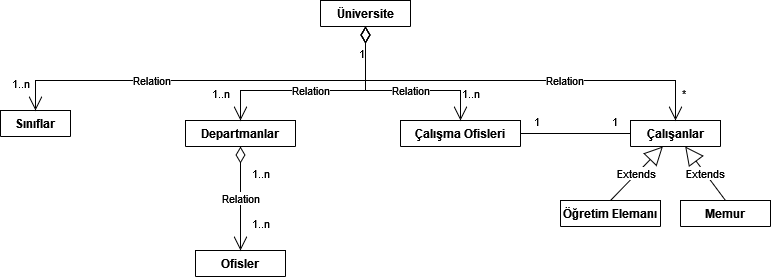
Above: BaslangicSeviye/Üniversite Yönetim Sistemi UML.drawio.png in HasanAlisan/Java_patika.dev (draw.io), before the change. Source tidied: cells renumbered, new cells last; positions are measured from the earlier drawing's top-left corner, leaving out a move shared by most shapes. The source it was exported from:
```xml
<mxGraphModel>
  <root>
    <mxCell id="0" />
    <mxCell id="1" parent="0" />
    <mxCell id="2" value="Üniversite" style="swimlane;fontStyle=1;align=center;verticalAlign=top;horizontal=1;startSize=26;" parent="1" vertex="1" collapsed="1">
      <mxGeometry x="320" width="90" height="26" as="geometry" />
    </mxCell>
    <mxCell id="3" value="Sınıflar" style="swimlane;fontStyle=1;align=center;verticalAlign=top;horizontal=1;startSize=26;" parent="1" vertex="1" collapsed="1">
      <mxGeometry y="110" width="70" height="26" as="geometry" />
    </mxCell>
    <mxCell id="4" value="Çalışma Ofisleri" style="swimlane;fontStyle=1;align=center;verticalAlign=top;horizontal=1;startSize=26;" parent="1" vertex="1" collapsed="1">
      <mxGeometry x="400" y="120" width="120" height="26" as="geometry" />
    </mxCell>
    <mxCell id="5" value="Departmanlar" style="swimlane;fontStyle=1;align=center;verticalAlign=top;horizontal=1;startSize=26;" parent="1" vertex="1" collapsed="1">
      <mxGeometry x="185" y="120" width="110" height="26" as="geometry" />
    </mxCell>
    <mxCell id="6" value="Çalışanlar" style="swimlane;fontStyle=1;align=center;verticalAlign=top;horizontal=1;startSize=26;" parent="1" vertex="1" collapsed="1">
      <mxGeometry x="630" y="120" width="90" height="26" as="geometry" />
    </mxCell>
    <mxCell id="7" value="Memur" style="swimlane;fontStyle=1;align=center;verticalAlign=top;horizontal=1;startSize=26;" parent="1" vertex="1" collapsed="1">
      <mxGeometry x="680" y="200" width="90" height="26" as="geometry" />
    </mxCell>
    <mxCell id="8" value="Öğretim Elemanı" style="swimlane;fontStyle=1;align=center;verticalAlign=top;horizontal=1;startSize=26;" parent="1" vertex="1" collapsed="1">
      <mxGeometry x="560" y="200" width="100" height="26" as="geometry" />
    </mxCell>
    <mxCell id="9" value="Ofisler" style="swimlane;fontStyle=1;align=center;verticalAlign=top;horizontal=1;startSize=26;" parent="1" vertex="1" collapsed="1">
      <mxGeometry x="195" y="250" width="90" height="26" as="geometry" />
    </mxCell>
    <mxCell id="10" value="Extends" style="endArrow=block;endSize=16;endFill=0;html=1;rounded=0;exitX=0.5;exitY=0;exitDx=0;exitDy=0;" parent="1" edge="1" source="8" target="6">
      <mxGeometry relative="1" as="geometry" />
    </mxCell>
    <mxCell id="11" value="Extends" style="endArrow=block;endSize=16;endFill=0;html=1;rounded=0;exitX=0.5;exitY=0;exitDx=0;exitDy=0;" parent="1" edge="1" source="7" target="6">
      <mxGeometry relative="1" as="geometry" />
    </mxCell>
    <mxCell id="12" value="Relation" style="endArrow=open;html=1;endSize=12;startArrow=diamondThin;startSize=14;startFill=0;edgeStyle=orthogonalEdgeStyle;rounded=0;entryX=0.5;entryY=0;entryDx=0;entryDy=0;exitX=0.5;exitY=1;exitDx=0;exitDy=0;" parent="1" edge="1" source="2" target="6">
      <mxGeometry x="0.25" relative="1" as="geometry">
        <Array as="points">
          <mxPoint x="365" y="80" />
          <mxPoint x="675" y="80" />
        </Array>
      </mxGeometry>
    </mxCell>
    <mxCell id="13" value="*" style="edgeLabel;html=1;align=left;verticalAlign=top;" parent="12" vertex="1">
      <mxGeometry x="-1" relative="1" as="geometry">
        <mxPoint x="315" y="54" as="offset" />
      </mxGeometry>
    </mxCell>
    <mxCell id="14" value="Relation" style="endArrow=open;html=1;endSize=12;startArrow=diamondThin;startSize=14;startFill=0;edgeStyle=orthogonalEdgeStyle;rounded=0;exitX=0.5;exitY=1;exitDx=0;exitDy=0;" parent="1" edge="1" source="2" target="3">
      <mxGeometry x="0.3" relative="1" as="geometry">
        <Array as="points">
          <mxPoint x="365" y="50" />
          <mxPoint x="365" y="50" />
          <mxPoint x="365" y="80" />
          <mxPoint x="35" y="80" />
        </Array>
      </mxGeometry>
    </mxCell>
    <mxCell id="15" value="1..n" style="edgeLabel;html=1;align=left;verticalAlign=top;" parent="1" vertex="1">
      <mxGeometry x="10" y="70" as="geometry" />
    </mxCell>
    <mxCell id="16" value="Relation" style="endArrow=open;html=1;endSize=12;startArrow=diamondThin;startSize=14;startFill=0;edgeStyle=orthogonalEdgeStyle;rounded=0;entryX=0.5;entryY=0;entryDx=0;entryDy=0;" parent="1" edge="1" source="2" target="5">
      <mxGeometry x="0.09" relative="1" as="geometry">
        <Array as="points">
          <mxPoint x="365" y="90" />
          <mxPoint x="240" y="90" />
        </Array>
      </mxGeometry>
    </mxCell>
    <mxCell id="17" value="Relation" style="endArrow=open;html=1;endSize=12;startArrow=diamondThin;startSize=14;startFill=0;edgeStyle=orthogonalEdgeStyle;rounded=0;exitX=0.5;exitY=1;exitDx=0;exitDy=0;entryX=0.5;entryY=0;entryDx=0;entryDy=0;" parent="1" edge="1" source="2" target="4">
      <mxGeometry x="0.15" relative="1" as="geometry">
        <Array as="points">
          <mxPoint x="365" y="90" />
          <mxPoint x="460" y="90" />
        </Array>
      </mxGeometry>
    </mxCell>
    <mxCell id="18" value="1" style="edgeLabel;html=1;align=right;verticalAlign=top;" parent="17" vertex="1">
      <mxGeometry x="1" relative="1" as="geometry">
        <mxPoint x="-95" y="-80" as="offset" />
      </mxGeometry>
    </mxCell>
    <mxCell id="19" value="1..n" style="edgeLabel;html=1;align=left;verticalAlign=top;" parent="1" vertex="1">
      <mxGeometry x="210" y="80" as="geometry" />
    </mxCell>
    <mxCell id="20" value="1..n" style="edgeLabel;html=1;align=left;verticalAlign=top;" parent="1" vertex="1">
      <mxGeometry x="460" y="80" as="geometry" />
    </mxCell>
    <mxCell id="21" value="Relation" style="endArrow=open;html=1;endSize=12;startArrow=diamondThin;startSize=14;startFill=0;edgeStyle=orthogonalEdgeStyle;rounded=0;exitX=0.5;exitY=1;exitDx=0;exitDy=0;entryX=0.5;entryY=0;entryDx=0;entryDy=0;" parent="1" edge="1" source="5" target="9">
      <mxGeometry relative="1" as="geometry" />
    </mxCell>
    <mxCell id="22" value="1..n" style="edgeLabel;html=1;align=left;verticalAlign=top;" parent="21" vertex="1">
      <mxGeometry x="-1" relative="1" as="geometry">
        <mxPoint x="10" y="14" as="offset" />
      </mxGeometry>
    </mxCell>
    <mxCell id="23" value="1..n" style="edgeLabel;html=1;align=right;verticalAlign=top;" parent="21" vertex="1">
      <mxGeometry x="1" relative="1" as="geometry">
        <mxPoint x="30" y="-40" as="offset" />
      </mxGeometry>
    </mxCell>
    <mxCell id="24" style="endArrow=none;html=1;edgeStyle=orthogonalEdgeStyle;rounded=0;exitX=0;exitY=0.5;exitDx=0;exitDy=0;entryX=1;entryY=0.5;entryDx=0;entryDy=0;" parent="1" edge="1" source="6" target="4">
      <mxGeometry relative="1" as="geometry">
        <Array as="points">
          <mxPoint x="590" y="133" />
          <mxPoint x="590" y="133" />
        </Array>
      </mxGeometry>
    </mxCell>
    <mxCell id="25" value="1" style="edgeLabel;html=1;align=left;verticalAlign=bottom;" parent="24" vertex="1">
      <mxGeometry x="-1" relative="1" as="geometry">
        <mxPoint x="-20" y="-3" as="offset" />
      </mxGeometry>
    </mxCell>
    <mxCell id="26" value="1" style="edgeLabel;html=1;align=right;verticalAlign=bottom;" parent="24" vertex="1">
      <mxGeometry x="1" relative="1" as="geometry">
        <mxPoint x="20" y="-3" as="offset" />
      </mxGeometry>
    </mxCell>
  </root>
</mxGraphModel>
```
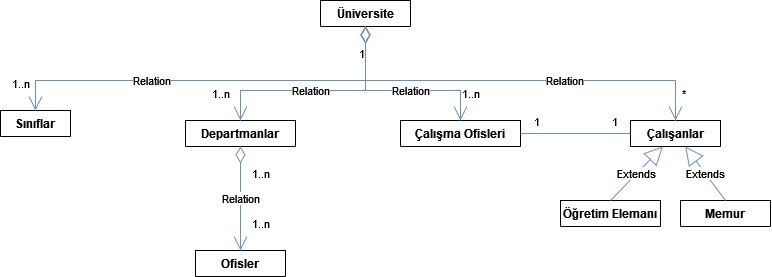
Later version of the same file.

Commit message:
Üniversite Yönetim Sistemi UML.png

What changed in the source:
```diff
@@ -26,13 +26,13 @@
     <mxCell id="9" value="Ofisler" style="swimlane;fontStyle=1;align=center;verticalAlign=top;horizontal=1;startSize=26;" parent="1" vertex="1" collapsed="1">
       <mxGeometry x="195" y="250" width="90" height="26" as="geometry" />
     </mxCell>
-    <mxCell id="10" value="Extends" style="endArrow=block;endSize=16;endFill=0;html=1;rounded=0;exitX=0.5;exitY=0;exitDx=0;exitDy=0;" parent="1" edge="1" source="8" target="6">
+    <mxCell id="10" value="Extends" style="endArrow=block;endSize=16;endFill=0;html=1;rounded=0;exitX=0.5;exitY=0;exitDx=0;exitDy=0;fillColor=#dae8fc;strokeColor=#6c8ebf;" parent="1" edge="1" source="8" target="6">
       <mxGeometry relative="1" as="geometry" />
     </mxCell>
-    <mxCell id="11" value="Extends" style="endArrow=block;endSize=16;endFill=0;html=1;rounded=0;exitX=0.5;exitY=0;exitDx=0;exitDy=0;" parent="1" edge="1" source="7" target="6">
+    <mxCell id="11" value="Extends" style="endArrow=block;endSize=16;endFill=0;html=1;rounded=0;exitX=0.5;exitY=0;exitDx=0;exitDy=0;fillColor=#dae8fc;strokeColor=#6c8ebf;" parent="1" edge="1" source="7" target="6">
       <mxGeometry relative="1" as="geometry" />
     </mxCell>
-    <mxCell id="12" value="Relation" style="endArrow=open;html=1;endSize=12;startArrow=diamondThin;startSize=14;startFill=0;edgeStyle=orthogonalEdgeStyle;rounded=0;entryX=0.5;entryY=0;entryDx=0;entryDy=0;exitX=0.5;exitY=1;exitDx=0;exitDy=0;" parent="1" edge="1" source="2" target="6">
+    <mxCell id="12" value="Relation" style="endArrow=open;html=1;endSize=12;startArrow=diamondThin;startSize=14;startFill=0;edgeStyle=orthogonalEdgeStyle;rounded=0;entryX=0.5;entryY=0;entryDx=0;entryDy=0;exitX=0.5;exitY=1;exitDx=0;exitDy=0;fillColor=#dae8fc;strokeColor=#6c8ebf;" parent="1" edge="1" source="2" target="6">
       <mxGeometry x="0.25" relative="1" as="geometry">
         <Array as="points">
           <mxPoint x="365" y="80" />
@@ -45,7 +45,7 @@
         <mxPoint x="315" y="54" as="offset" />
       </mxGeometry>
     </mxCell>
-    <mxCell id="14" value="Relation" style="endArrow=open;html=1;endSize=12;startArrow=diamondThin;startSize=14;startFill=0;edgeStyle=orthogonalEdgeStyle;rounded=0;exitX=0.5;exitY=1;exitDx=0;exitDy=0;" parent="1" edge="1" source="2" target="3">
+    <mxCell id="14" value="Relation" style="endArrow=open;html=1;endSize=12;startArrow=diamondThin;startSize=14;startFill=0;edgeStyle=orthogonalEdgeStyle;rounded=0;exitX=0.5;exitY=1;exitDx=0;exitDy=0;fillColor=#dae8fc;strokeColor=#6c8ebf;" parent="1" edge="1" source="2" target="3">
       <mxGeometry x="0.3" relative="1" as="geometry">
         <Array as="points">
           <mxPoint x="365" y="50" />
@@ -58,7 +58,7 @@
     <mxCell id="15" value="1..n" style="edgeLabel;html=1;align=left;verticalAlign=top;" parent="1" vertex="1">
       <mxGeometry x="10" y="70" as="geometry" />
     </mxCell>
-    <mxCell id="16" value="Relation" style="endArrow=open;html=1;endSize=12;startArrow=diamondThin;startSize=14;startFill=0;edgeStyle=orthogonalEdgeStyle;rounded=0;entryX=0.5;entryY=0;entryDx=0;entryDy=0;" parent="1" edge="1" source="2" target="5">
+    <mxCell id="16" value="Relation" style="endArrow=open;html=1;endSize=12;startArrow=diamondThin;startSize=14;startFill=0;edgeStyle=orthogonalEdgeStyle;rounded=0;entryX=0.5;entryY=0;entryDx=0;entryDy=0;fillColor=#dae8fc;strokeColor=#6c8ebf;" parent="1" edge="1" source="2" target="5">
       <mxGeometry x="0.09" relative="1" as="geometry">
         <Array as="points">
           <mxPoint x="365" y="90" />
@@ -66,7 +66,7 @@
         </Array>
       </mxGeometry>
     </mxCell>
-    <mxCell id="17" value="Relation" style="endArrow=open;html=1;endSize=12;startArrow=diamondThin;startSize=14;startFill=0;edgeStyle=orthogonalEdgeStyle;rounded=0;exitX=0.5;exitY=1;exitDx=0;exitDy=0;entryX=0.5;entryY=0;entryDx=0;entryDy=0;" parent="1" edge="1" source="2" target="4">
+    <mxCell id="17" value="Relation" style="endArrow=open;html=1;endSize=12;startArrow=diamondThin;startSize=14;startFill=0;edgeStyle=orthogonalEdgeStyle;rounded=0;exitX=0.5;exitY=1;exitDx=0;exitDy=0;entryX=0.5;entryY=0;entryDx=0;entryDy=0;fillColor=#dae8fc;strokeColor=#6c8ebf;" parent="1" edge="1" source="2" target="4">
       <mxGeometry x="0.15" relative="1" as="geometry">
         <Array as="points">
           <mxPoint x="365" y="90" />
@@ -85,7 +85,7 @@
     <mxCell id="20" value="1..n" style="edgeLabel;html=1;align=left;verticalAlign=top;" parent="1" vertex="1">
       <mxGeometry x="460" y="80" as="geometry" />
     </mxCell>
-    <mxCell id="21" value="Relation" style="endArrow=open;html=1;endSize=12;startArrow=diamondThin;startSize=14;startFill=0;edgeStyle=orthogonalEdgeStyle;rounded=0;exitX=0.5;exitY=1;exitDx=0;exitDy=0;entryX=0.5;entryY=0;entryDx=0;entryDy=0;" parent="1" edge="1" source="5" target="9">
+    <mxCell id="21" value="Relation" style="endArrow=open;html=1;endSize=12;startArrow=diamondThin;startSize=14;startFill=0;edgeStyle=orthogonalEdgeStyle;rounded=0;exitX=0.5;exitY=1;exitDx=0;exitDy=0;entryX=0.5;entryY=0;entryDx=0;entryDy=0;fillColor=#dae8fc;strokeColor=#6c8ebf;" parent="1" edge="1" source="5" target="9">
       <mxGeometry relative="1" as="geometry" />
     </mxCell>
     <mxCell id="22" value="1..n" style="edgeLabel;html=1;align=left;verticalAlign=top;" parent="21" vertex="1">
@@ -98,7 +98,7 @@
         <mxPoint x="30" y="-40" as="offset" />
       </mxGeometry>
     </mxCell>
-    <mxCell id="24" style="endArrow=none;html=1;edgeStyle=orthogonalEdgeStyle;rounded=0;exitX=0;exitY=0.5;exitDx=0;exitDy=0;entryX=1;entryY=0.5;entryDx=0;entryDy=0;" parent="1" edge="1" source="6" target="4">
+    <mxCell id="24" style="endArrow=none;html=1;edgeStyle=orthogonalEdgeStyle;rounded=0;exitX=0;exitY=0.5;exitDx=0;exitDy=0;entryX=1;entryY=0.5;entryDx=0;entryDy=0;fillColor=#dae8fc;strokeColor=#6c8ebf;" parent="1" edge="1" source="6" target="4">
       <mxGeometry relative="1" as="geometry">
         <Array as="points">
           <mxPoint x="590" y="133" />
```
